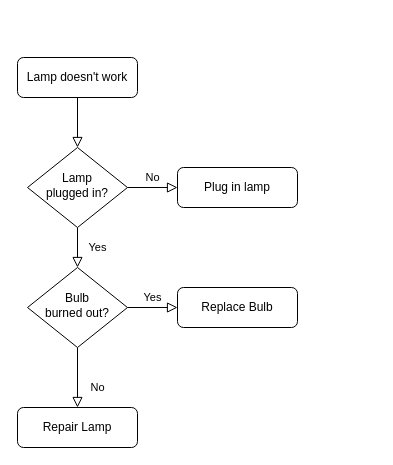
Before: Диаграмма без названия.drawio in YouTone/Analysis, a draw.io diagram. Source tidied: cells renumbered, new cells numbered last; positions are measured from the earlier drawing's top-left corner, leaving out a move shared by most shapes. Both pictures are drawn from the tidied source at 100%, with x=0, y=0 at pixel (17, 57).
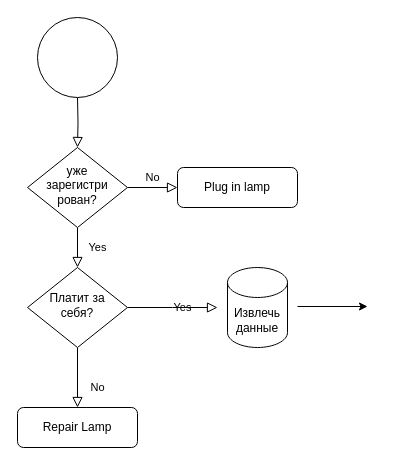
The same diagram, later.

Commit message:
Банк Барс 34.drawio

What changed in the source:
```diff
@@
 <mxGraphModel>
   <root>
     <mxCell id="0" />
     <mxCell id="1" parent="0" />
-    <mxCell id="2" style="rounded=0;html=1;jettySize=auto;fontSize=11;endArrow=block;endFill=0;endSize=8;strokeWidth=1;shadow=0;labelBackgroundColor=none;edgeStyle=orthogonalEdgeStyle;" parent="1" edge="1" source="3" target="6">
-      <mxGeometry relative="1" as="geometry" />
+    <mxCell id="2" style="rounded=0;html=1;jettySize=auto;fontSize=11;endArrow=block;endFill=0;endSize=8;strokeWidth=1;shadow=0;labelBackgroundColor=none;edgeStyle=orthogonalEdgeStyle;" parent="1" edge="1" target="6">
+      <mxGeometry relative="1" as="geometry">
+        <mxPoint x="60" y="40" as="sourcePoint" />
+      </mxGeometry>
     </mxCell>
-    <mxCell id="3" value="Lamp doesn't work" style="rounded=1;whiteSpace=wrap;html=1;fontSize=12;glass=0;strokeWidth=1;shadow=0;" parent="1" vertex="1">
-      <mxGeometry width="120" height="40" as="geometry" />
-    </mxCell>
     <mxCell id="4" value="Yes" style="rounded=0;html=1;jettySize=auto;fontSize=11;endArrow=block;endFill=0;endSize=8;strokeWidth=1;shadow=0;labelBackgroundColor=none;edgeStyle=orthogonalEdgeStyle;" parent="1" edge="1" source="6" target="10">
       <mxGeometry y="20" relative="1" as="geometry" />
     </mxCell>
     <mxCell id="5" value="No" style="edgeStyle=orthogonalEdgeStyle;rounded=0;html=1;jettySize=auto;fontSize=11;endArrow=block;endFill=0;endSize=8;strokeWidth=1;shadow=0;labelBackgroundColor=none;" parent="1" edge="1" source="6" target="7">
       <mxGeometry y="10" relative="1" as="geometry" />
     </mxCell>
-    <mxCell id="6" value="Lamp&lt;br&gt;plugged in?" style="rhombus;whiteSpace=wrap;html=1;shadow=0;fontFamily=Helvetica;fontSize=12;align=center;strokeWidth=1;spacing=6;spacingTop=-4;" parent="1" vertex="1">
+    <mxCell id="6" value="уже &lt;br&gt;зарегистри&lt;br&gt;рован?" style="rhombus;whiteSpace=wrap;html=1;shadow=0;fontFamily=Helvetica;fontSize=12;align=center;strokeWidth=1;spacing=6;spacingTop=-4;" parent="1" vertex="1">
       <mxGeometry x="10" y="90" width="100" height="80" as="geometry" />
     </mxCell>
     <mxCell id="7" value="Plug in lamp" style="rounded=1;whiteSpace=wrap;html=1;fontSize=12;glass=0;strokeWidth=1;shadow=0;" parent="1" vertex="1">
       <mxGeometry x="160" y="110" width="120" height="40" as="geometry" />
     </mxCell>
     <mxCell id="8" value="No" style="rounded=0;html=1;jettySize=auto;fontSize=11;endArrow=block;endFill=0;endSize=8;strokeWidth=1;shadow=0;labelBackgroundColor=none;edgeStyle=orthogonalEdgeStyle;" parent="1" edge="1" source="10" target="11">
       <mxGeometry x="0.33" y="20" relative="1" as="geometry" />
     </mxCell>
-    <mxCell id="9" value="Yes" style="edgeStyle=orthogonalEdgeStyle;rounded=0;html=1;jettySize=auto;fontSize=11;endArrow=block;endFill=0;endSize=8;strokeWidth=1;shadow=0;labelBackgroundColor=none;" parent="1" edge="1" source="10" target="12">
-      <mxGeometry y="10" relative="1" as="geometry" />
+    <mxCell id="9" value="Yes" style="edgeStyle=orthogonalEdgeStyle;rounded=0;html=1;jettySize=auto;fontSize=11;endArrow=block;endFill=0;endSize=8;strokeWidth=1;shadow=0;labelBackgroundColor=none;" parent="1" edge="1" source="10">
+      <mxGeometry y="10" relative="1" as="geometry">
+        <mxPoint x="200" y="250" as="targetPoint" />
+      </mxGeometry>
     </mxCell>
-    <mxCell id="10" value="Bulb&lt;br&gt;burned out?" style="rhombus;whiteSpace=wrap;html=1;shadow=0;fontFamily=Helvetica;fontSize=12;align=center;strokeWidth=1;spacing=6;spacingTop=-4;" parent="1" vertex="1">
+    <mxCell id="10" value="Платит за себя?" style="rhombus;whiteSpace=wrap;html=1;shadow=0;fontFamily=Helvetica;fontSize=12;align=center;strokeWidth=1;spacing=6;spacingTop=-4;" parent="1" vertex="1">
       <mxGeometry x="10" y="210" width="100" height="80" as="geometry" />
     </mxCell>
     <mxCell id="11" value="Repair Lamp" style="rounded=1;whiteSpace=wrap;html=1;fontSize=12;glass=0;strokeWidth=1;shadow=0;" parent="1" vertex="1">
       <mxGeometry y="350" width="120" height="40" as="geometry" />
     </mxCell>
-    <mxCell id="12" value="Replace Bulb" style="rounded=1;whiteSpace=wrap;html=1;fontSize=12;glass=0;strokeWidth=1;shadow=0;" parent="1" vertex="1">
-      <mxGeometry x="160" y="230" width="120" height="40" as="geometry" />
-    </mxCell>
+    <mxCell id="13" value="Извлечь данные" style="shape=cylinder3;whiteSpace=wrap;html=1;boundedLbl=1;backgroundOutline=1;size=15;" parent="1" vertex="1">
+      <mxGeometry x="210" y="210" width="60" height="80" as="geometry" />
+    </mxCell>
+    <mxCell id="14" style="endArrow=classic;html=1;rounded=0;" parent="1" edge="1">
+      <mxGeometry relative="1" as="geometry">
+        <mxPoint x="280" y="249" as="sourcePoint" />
+        <mxPoint x="350" y="249" as="targetPoint" />
+      </mxGeometry>
+    </mxCell>
+    <mxCell id="15" style="ellipse;whiteSpace=wrap;html=1;" parent="1" vertex="1">
+      <mxGeometry x="20" y="-40" width="80" height="80" as="geometry" />
+    </mxCell>
   </root>
 </mxGraphModel>
```
